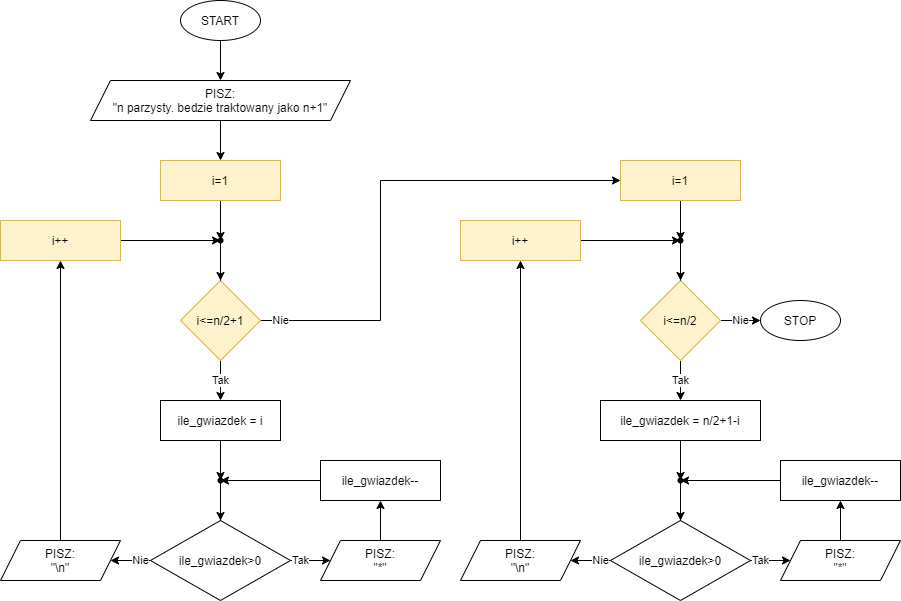
Above: L4Z1e.drawio.png in HelloProgramowanie/prog1 (draw.io), before the change. Source tidied: cells renumbered, new cells last; positions are measured from the earlier drawing's top-left corner, leaving out a move shared by most shapes. Source of this version:
```xml
<mxGraphModel>
  <root>
    <mxCell id="0" />
    <mxCell id="1" parent="0" />
    <mxCell id="2" style="edgeStyle=orthogonalEdgeStyle;rounded=0;jettySize=auto;html=1;" parent="1" edge="1" source="3" target="50">
      <mxGeometry relative="1" as="geometry" />
    </mxCell>
    <mxCell id="3" value="START" style="ellipse;whiteSpace=wrap;html=1;" parent="1" vertex="1">
      <mxGeometry x="180" width="80" height="40" as="geometry" />
    </mxCell>
    <mxCell id="4" style="edgeStyle=orthogonalEdgeStyle;rounded=0;jettySize=auto;html=1;" parent="1" edge="1" source="5" target="25">
      <mxGeometry relative="1" as="geometry" />
    </mxCell>
    <mxCell id="5" value="i=1" style="whiteSpace=wrap;html=1;fillColor=#fff2cc;strokeColor=#d6b656;" parent="1" vertex="1">
      <mxGeometry x="160" y="160" width="120" height="40" as="geometry" />
    </mxCell>
    <mxCell id="6" value="Tak" style="edgeStyle=orthogonalEdgeStyle;rounded=0;jettySize=auto;html=1;" parent="1" edge="1" source="8">
      <mxGeometry relative="1" as="geometry">
        <mxPoint x="220" y="400" as="targetPoint" />
      </mxGeometry>
    </mxCell>
    <mxCell id="7" value="Nie" style="edgeStyle=orthogonalEdgeStyle;rounded=0;jettySize=auto;html=1;" parent="1" edge="1" source="8" target="27">
      <mxGeometry x="-0.92" relative="1" as="geometry">
        <Array as="points">
          <mxPoint x="380" y="320" />
          <mxPoint x="380" y="180" />
        </Array>
      </mxGeometry>
    </mxCell>
    <mxCell id="8" value="i&amp;lt;=n/2+1" style="rhombus;whiteSpace=wrap;html=1;fillColor=#fff2cc;strokeColor=#d6b656;" parent="1" vertex="1">
      <mxGeometry x="180" y="280" width="80" height="80" as="geometry" />
    </mxCell>
    <mxCell id="9" style="edgeStyle=orthogonalEdgeStyle;rounded=0;jettySize=auto;html=1;" parent="1" edge="1" source="10" target="19">
      <mxGeometry relative="1" as="geometry" />
    </mxCell>
    <mxCell id="10" value="ile_gwiazdek = i" style="whiteSpace=wrap;html=1;" parent="1" vertex="1">
      <mxGeometry x="160" y="400" width="120" height="40" as="geometry" />
    </mxCell>
    <mxCell id="11" style="edgeStyle=orthogonalEdgeStyle;rounded=0;jettySize=auto;html=1;" parent="1" edge="1" source="12" target="14">
      <mxGeometry relative="1" as="geometry" />
    </mxCell>
    <mxCell id="12" value="PISZ:&lt;br&gt;&quot;*&quot;" style="shape=parallelogram;perimeter=parallelogramPerimeter;whiteSpace=wrap;html=1;fixedSize=1;" parent="1" vertex="1">
      <mxGeometry x="320" y="540" width="120" height="40" as="geometry" />
    </mxCell>
    <mxCell id="13" style="edgeStyle=orthogonalEdgeStyle;rounded=0;jettySize=auto;html=1;" parent="1" edge="1" source="14" target="19">
      <mxGeometry relative="1" as="geometry">
        <Array as="points">
          <mxPoint x="380" y="480" />
        </Array>
      </mxGeometry>
    </mxCell>
    <mxCell id="14" value="ile_gwiazdek--" style="whiteSpace=wrap;html=1;" parent="1" vertex="1">
      <mxGeometry x="320" y="460" width="120" height="40" as="geometry" />
    </mxCell>
    <mxCell id="15" value="Tak" style="edgeStyle=orthogonalEdgeStyle;rounded=0;jettySize=auto;html=1;" parent="1" edge="1" source="17" target="12">
      <mxGeometry relative="1" as="geometry" />
    </mxCell>
    <mxCell id="16" value="Nie" style="edgeStyle=orthogonalEdgeStyle;rounded=0;jettySize=auto;html=1;" parent="1" edge="1" source="17" target="21">
      <mxGeometry relative="1" as="geometry" />
    </mxCell>
    <mxCell id="17" value="ile_gwiazdek&amp;gt;0" style="rhombus;whiteSpace=wrap;html=1;" parent="1" vertex="1">
      <mxGeometry x="150" y="520" width="140" height="80" as="geometry" />
    </mxCell>
    <mxCell id="18" style="edgeStyle=orthogonalEdgeStyle;rounded=0;jettySize=auto;html=1;" parent="1" edge="1" source="19" target="17">
      <mxGeometry relative="1" as="geometry" />
    </mxCell>
    <mxCell id="19" style="shape=waypoint;size=6;points=[];fillColor=#ffffff;perimeter=centerPerimeter;snapToPoint=1;" parent="1" vertex="1">
      <mxGeometry x="200" y="460" width="40" height="40" as="geometry" />
    </mxCell>
    <mxCell id="20" style="edgeStyle=orthogonalEdgeStyle;rounded=0;jettySize=auto;html=1;" parent="1" edge="1" source="21" target="23">
      <mxGeometry relative="1" as="geometry" />
    </mxCell>
    <mxCell id="21" value="PISZ:&lt;br&gt;&quot;\n&quot;" style="shape=parallelogram;perimeter=parallelogramPerimeter;whiteSpace=wrap;html=1;fixedSize=1;" parent="1" vertex="1">
      <mxGeometry y="540" width="120" height="40" as="geometry" />
    </mxCell>
    <mxCell id="22" style="edgeStyle=orthogonalEdgeStyle;rounded=0;jettySize=auto;html=1;" parent="1" edge="1" source="23" target="25">
      <mxGeometry relative="1" as="geometry" />
    </mxCell>
    <mxCell id="23" value="i++" style="whiteSpace=wrap;html=1;fillColor=#fff2cc;strokeColor=#d6b656;" parent="1" vertex="1">
      <mxGeometry y="220" width="120" height="40" as="geometry" />
    </mxCell>
    <mxCell id="24" style="edgeStyle=orthogonalEdgeStyle;rounded=0;jettySize=auto;html=1;" parent="1" edge="1" source="25" target="8">
      <mxGeometry relative="1" as="geometry" />
    </mxCell>
    <mxCell id="25" style="shape=waypoint;size=6;points=[];fillColor=#ffffff;perimeter=centerPerimeter;snapToPoint=1;" parent="1" vertex="1">
      <mxGeometry x="200" y="220" width="40" height="40" as="geometry" />
    </mxCell>
    <mxCell id="26" style="edgeStyle=orthogonalEdgeStyle;rounded=0;jettySize=auto;html=1;" parent="1" edge="1" source="27" target="47">
      <mxGeometry relative="1" as="geometry" />
    </mxCell>
    <mxCell id="27" value="i=1" style="whiteSpace=wrap;html=1;fillColor=#fff2cc;strokeColor=#d6b656;" parent="1" vertex="1">
      <mxGeometry x="620" y="160" width="120" height="40" as="geometry" />
    </mxCell>
    <mxCell id="28" value="Tak" style="edgeStyle=orthogonalEdgeStyle;rounded=0;jettySize=auto;html=1;" parent="1" edge="1" source="30">
      <mxGeometry relative="1" as="geometry">
        <mxPoint x="680" y="400" as="targetPoint" />
      </mxGeometry>
    </mxCell>
    <mxCell id="29" value="Nie" style="edgeStyle=orthogonalEdgeStyle;rounded=0;jettySize=auto;html=1;" parent="1" edge="1" source="30" target="48">
      <mxGeometry relative="1" as="geometry" />
    </mxCell>
    <mxCell id="30" value="i&amp;lt;=n/2" style="rhombus;whiteSpace=wrap;html=1;fillColor=#fff2cc;strokeColor=#d6b656;" parent="1" vertex="1">
      <mxGeometry x="640" y="280" width="80" height="80" as="geometry" />
    </mxCell>
    <mxCell id="31" style="edgeStyle=orthogonalEdgeStyle;rounded=0;jettySize=auto;html=1;" parent="1" edge="1" source="32" target="41">
      <mxGeometry relative="1" as="geometry" />
    </mxCell>
    <mxCell id="32" value="ile_gwiazdek = n/2+1-i" style="whiteSpace=wrap;html=1;" parent="1" vertex="1">
      <mxGeometry x="600" y="400" width="160" height="40" as="geometry" />
    </mxCell>
    <mxCell id="33" style="edgeStyle=orthogonalEdgeStyle;rounded=0;jettySize=auto;html=1;" parent="1" edge="1" source="34" target="36">
      <mxGeometry relative="1" as="geometry" />
    </mxCell>
    <mxCell id="34" value="PISZ:&lt;br&gt;&quot;*&quot;" style="shape=parallelogram;perimeter=parallelogramPerimeter;whiteSpace=wrap;html=1;fixedSize=1;" parent="1" vertex="1">
      <mxGeometry x="780" y="540" width="120" height="40" as="geometry" />
    </mxCell>
    <mxCell id="35" style="edgeStyle=orthogonalEdgeStyle;rounded=0;jettySize=auto;html=1;" parent="1" edge="1" source="36" target="41">
      <mxGeometry relative="1" as="geometry">
        <Array as="points">
          <mxPoint x="840" y="480" />
        </Array>
      </mxGeometry>
    </mxCell>
    <mxCell id="36" value="ile_gwiazdek--" style="whiteSpace=wrap;html=1;" parent="1" vertex="1">
      <mxGeometry x="780" y="460" width="120" height="40" as="geometry" />
    </mxCell>
    <mxCell id="37" value="Tak" style="edgeStyle=orthogonalEdgeStyle;rounded=0;jettySize=auto;html=1;" parent="1" edge="1" source="39" target="34">
      <mxGeometry relative="1" as="geometry" />
    </mxCell>
    <mxCell id="38" value="Nie" style="edgeStyle=orthogonalEdgeStyle;rounded=0;jettySize=auto;html=1;" parent="1" edge="1" source="39" target="43">
      <mxGeometry relative="1" as="geometry" />
    </mxCell>
    <mxCell id="39" value="ile_gwiazdek&amp;gt;0" style="rhombus;whiteSpace=wrap;html=1;" parent="1" vertex="1">
      <mxGeometry x="610" y="520" width="140" height="80" as="geometry" />
    </mxCell>
    <mxCell id="40" style="edgeStyle=orthogonalEdgeStyle;rounded=0;jettySize=auto;html=1;" parent="1" edge="1" source="41" target="39">
      <mxGeometry relative="1" as="geometry" />
    </mxCell>
    <mxCell id="41" style="shape=waypoint;size=6;points=[];fillColor=#ffffff;perimeter=centerPerimeter;snapToPoint=1;" parent="1" vertex="1">
      <mxGeometry x="660" y="460" width="40" height="40" as="geometry" />
    </mxCell>
    <mxCell id="42" style="edgeStyle=orthogonalEdgeStyle;rounded=0;jettySize=auto;html=1;" parent="1" edge="1" source="43" target="45">
      <mxGeometry relative="1" as="geometry" />
    </mxCell>
    <mxCell id="43" value="PISZ:&lt;br&gt;&quot;\n&quot;" style="shape=parallelogram;perimeter=parallelogramPerimeter;whiteSpace=wrap;html=1;fixedSize=1;" parent="1" vertex="1">
      <mxGeometry x="460" y="540" width="120" height="40" as="geometry" />
    </mxCell>
    <mxCell id="44" style="edgeStyle=orthogonalEdgeStyle;rounded=0;jettySize=auto;html=1;" parent="1" edge="1" source="45" target="47">
      <mxGeometry relative="1" as="geometry" />
    </mxCell>
    <mxCell id="45" value="i++" style="whiteSpace=wrap;html=1;fillColor=#fff2cc;strokeColor=#d6b656;" parent="1" vertex="1">
      <mxGeometry x="460" y="220" width="120" height="40" as="geometry" />
    </mxCell>
    <mxCell id="46" style="edgeStyle=orthogonalEdgeStyle;rounded=0;jettySize=auto;html=1;" parent="1" edge="1" source="47" target="30">
      <mxGeometry relative="1" as="geometry" />
    </mxCell>
    <mxCell id="47" style="shape=waypoint;size=6;points=[];fillColor=#ffffff;perimeter=centerPerimeter;snapToPoint=1;" parent="1" vertex="1">
      <mxGeometry x="660" y="220" width="40" height="40" as="geometry" />
    </mxCell>
    <mxCell id="48" value="STOP" style="ellipse;whiteSpace=wrap;html=1;" parent="1" vertex="1">
      <mxGeometry x="760" y="300" width="80" height="40" as="geometry" />
    </mxCell>
    <mxCell id="49" style="edgeStyle=orthogonalEdgeStyle;rounded=0;jettySize=auto;html=1;" parent="1" edge="1" source="50" target="5">
      <mxGeometry relative="1" as="geometry" />
    </mxCell>
    <mxCell id="50" value="PISZ:&lt;br&gt;&quot;n parzysty. bedzie traktowany jako n+1&quot;" style="shape=parallelogram;perimeter=parallelogramPerimeter;whiteSpace=wrap;html=1;fixedSize=1;" parent="1" vertex="1">
      <mxGeometry x="90" y="80" width="260" height="40" as="geometry" />
    </mxCell>
  </root>
</mxGraphModel>
```
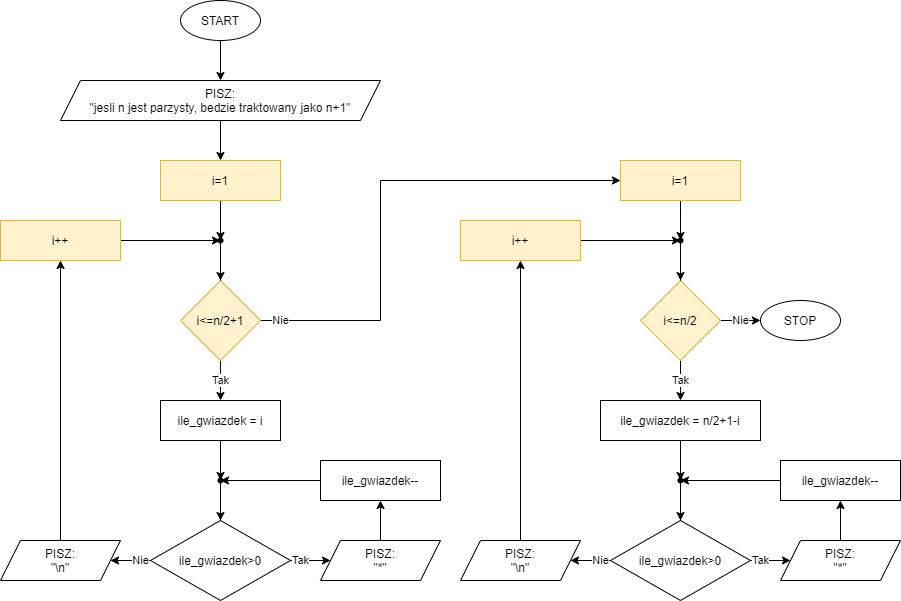
The same file after the commit.

The edit, as a diff of the source:
```diff
@@ -163,8 +163,8 @@
     <mxCell id="49" style="edgeStyle=orthogonalEdgeStyle;rounded=0;jettySize=auto;html=1;" parent="1" edge="1" source="50" target="5">
       <mxGeometry relative="1" as="geometry" />
     </mxCell>
-    <mxCell id="50" value="PISZ:&lt;br&gt;&quot;n parzysty. bedzie traktowany jako n+1&quot;" style="shape=parallelogram;perimeter=parallelogramPerimeter;whiteSpace=wrap;html=1;fixedSize=1;" parent="1" vertex="1">
-      <mxGeometry x="90" y="80" width="260" height="40" as="geometry" />
+    <mxCell id="50" value="PISZ:&lt;br&gt;&quot;jesli n jest parzysty, bedzie traktowany jako n+1&quot;" style="shape=parallelogram;perimeter=parallelogramPerimeter;whiteSpace=wrap;html=1;fixedSize=1;" parent="1" vertex="1">
+      <mxGeometry x="60" y="80" width="320" height="40" as="geometry" />
     </mxCell>
   </root>
 </mxGraphModel>
```
